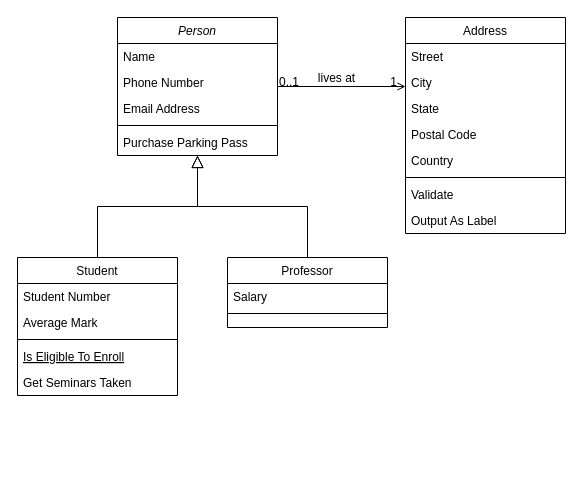
Earlier version of the draw.io diagram Abschlussprojekt Store.drawio (BischofDennis/BischofDennis). Source tidied: cells renumbered, new cells numbered last; positions are measured from the earlier drawing's top-left corner, leaving out a move shared by most shapes. Both pictures are drawn from the tidied source at 100%, with x=0, y=0 at pixel (17, 17).
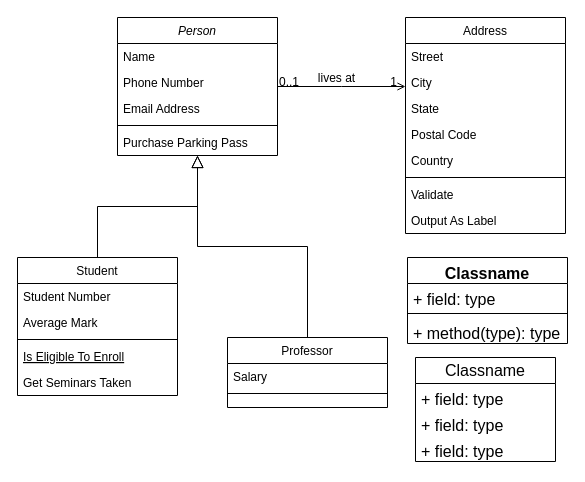
The same page after the edit.

What changed in the source:
```diff
@@
     <mxCell id="15" value="Professor" style="swimlane;fontStyle=0;align=center;verticalAlign=top;horizontal=1;startSize=26;rounded=0;shadow=0;strokeWidth=1;" parent="1" vertex="1">
-      <mxGeometry x="210" y="240" width="160" height="70" as="geometry" />
+      <mxGeometry x="210" y="320" width="160" height="70" as="geometry" />
     </mxCell>
@@
+    <mxCell id="32" value="Classname" style="swimlane;fontStyle=0;horizontal=1;startSize=26;fillColor=none;whiteSpace=wrap;html=1;fontSize=16;" parent="1" vertex="1">
+      <mxGeometry x="398" y="340" width="140" height="104" as="geometry" />
+    </mxCell>
+    <mxCell id="33" value="+ field: type" style="text;strokeColor=none;fillColor=none;align=left;verticalAlign=top;spacingLeft=4;spacingRight=4;overflow=hidden;whiteSpace=wrap;html=1;fontSize=16;" parent="32" vertex="1">
+      <mxGeometry y="26" width="140" height="26" as="geometry" />
+    </mxCell>
+    <mxCell id="34" value="+ field: type" style="text;strokeColor=none;fillColor=none;align=left;verticalAlign=top;spacingLeft=4;spacingRight=4;overflow=hidden;whiteSpace=wrap;html=1;fontSize=16;" parent="32" vertex="1">
+      <mxGeometry y="52" width="140" height="26" as="geometry" />
+    </mxCell>
+    <mxCell id="35" value="+ field: type" style="text;strokeColor=none;fillColor=none;align=left;verticalAlign=top;spacingLeft=4;spacingRight=4;overflow=hidden;whiteSpace=wrap;html=1;fontSize=16;" parent="32" vertex="1">
+      <mxGeometry y="78" width="140" height="26" as="geometry" />
+    </mxCell>
+    <mxCell id="36" value="Classname" style="swimlane;fontStyle=1;align=center;verticalAlign=top;horizontal=1;startSize=26;whiteSpace=wrap;html=1;fontSize=16;" parent="1" vertex="1">
+      <mxGeometry x="390" y="240" width="160" height="86" as="geometry" />
+    </mxCell>
+    <mxCell id="37" value="+ field: type" style="text;strokeColor=none;fillColor=none;align=left;verticalAlign=top;spacingLeft=4;spacingRight=4;overflow=hidden;whiteSpace=wrap;html=1;fontSize=16;" parent="36" vertex="1">
+      <mxGeometry y="26" width="160" height="26" as="geometry" />
+    </mxCell>
+    <mxCell id="38" style="line;strokeWidth=1;fillColor=none;align=left;verticalAlign=middle;spacingTop=-1;spacingLeft=3;spacingRight=3;labelPosition=right;strokeColor=inherit;fontSize=16;" parent="36" vertex="1">
+      <mxGeometry y="52" width="160" height="8" as="geometry" />
+    </mxCell>
+    <mxCell id="39" value="+ method(type): type" style="text;strokeColor=none;fillColor=none;align=left;verticalAlign=top;spacingLeft=4;spacingRight=4;overflow=hidden;whiteSpace=wrap;html=1;fontSize=16;" parent="36" vertex="1">
+      <mxGeometry y="60" width="160" height="26" as="geometry" />
+    </mxCell>
```
